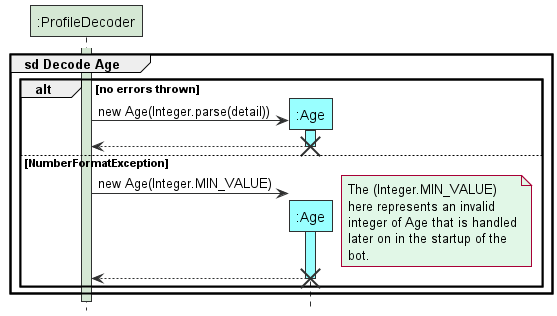
This is docs/images/DecodeAge.png from tryyang2001/tp, a PlantUML export, as it was before one commit.
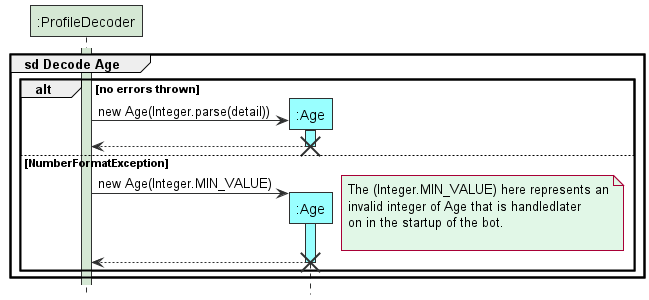
The same diagram one commit later.

The edit, as a diff of the source:
```diff
@@ -5,6 +5,7 @@
 
 group sd Decode Age
 participant ":ProfileDecoder" As ProfileDecoder STORAGE_COLOUR
+participant ":Age" As Age DATA_COLOUR
 participant ":Age" As Age DATA_COLOUR
 
 activate ProfileDecoder STORAGE_COLOUR
@@ -16,8 +17,12 @@
 destroy Age
 else NumberFormatException
 ProfileDecoder -> Age ** DATA_COLOUR: new Age(Integer.MIN_VALUE)
-note right STORAGE_FADED_COLOUR: The (Integer.MIN_VALUE) \nhere represents an invalid\ninteger of Age that is handled\nlater on in the startup of the \nbot.
+note right STORAGE_FADED_COLOUR
+The (Integer.MIN_VALUE) here represents an
+invalid integer of Age that is handledlater
+on in the startup of the bot.
 
+end note
 activate Age DATA_COLOUR
     Age --> ProfileDecoder
 deactivate
```
